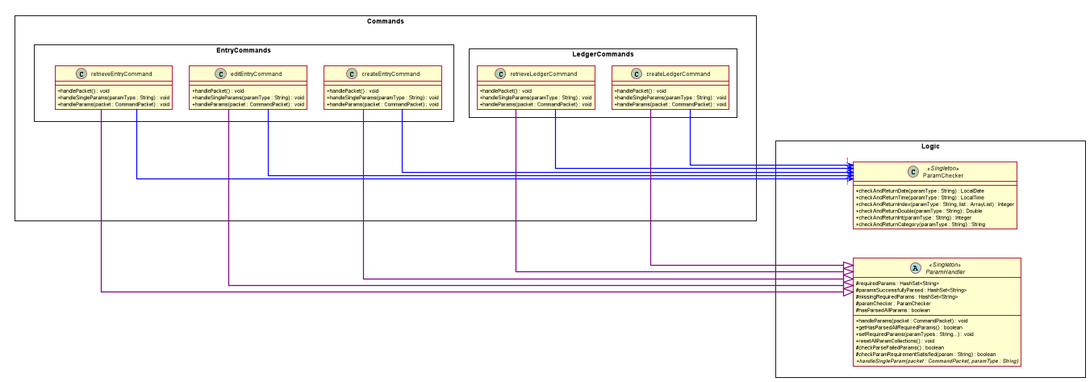
The PlantUML diagram docs/uml_images/manualTracker/images/Commands_Logic.png in nus-cs2113-AY2021S1/tp, before a commit.
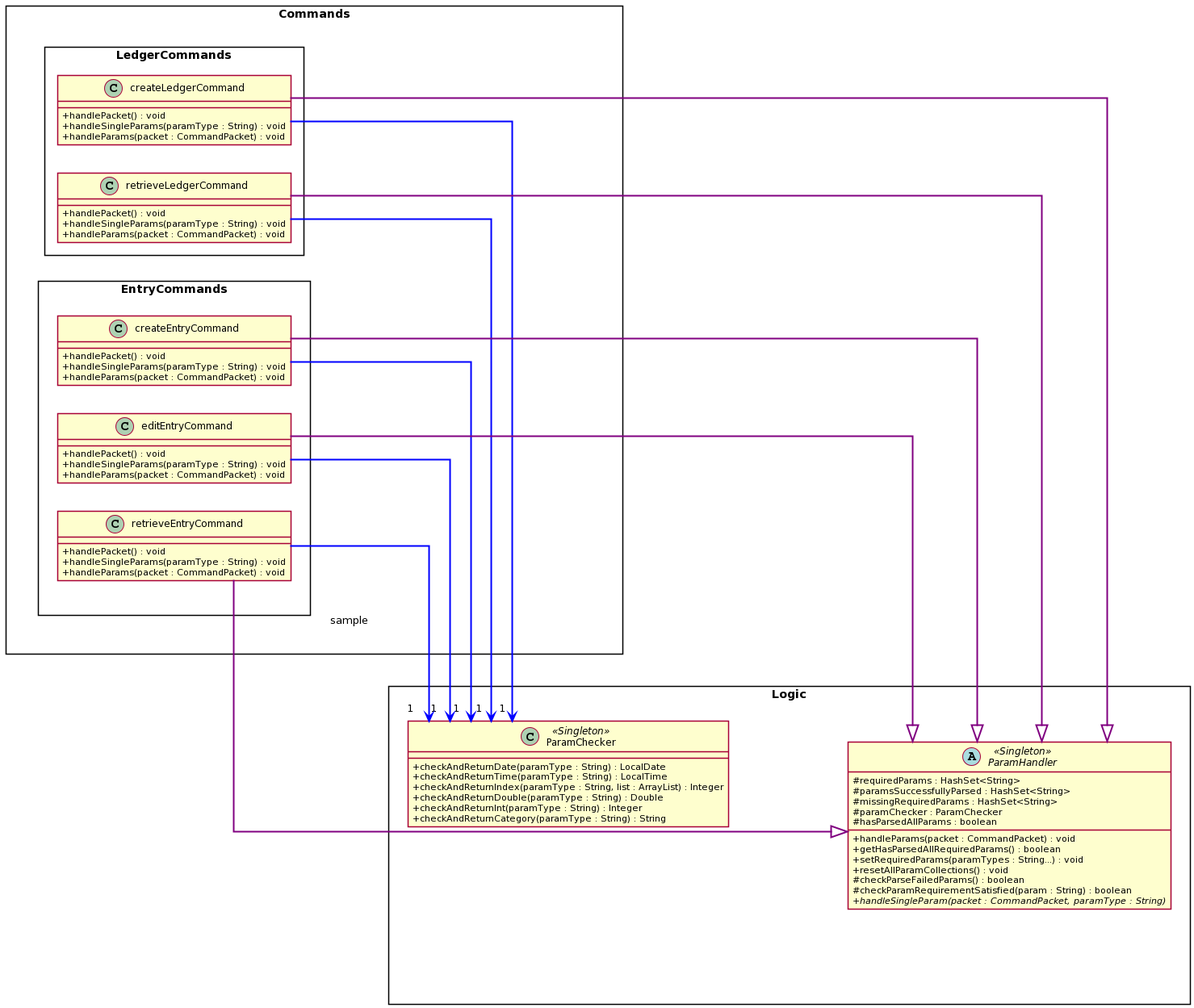
Above is the later version.

Commit message:
Fixed Command Logic diagram

The edit, as a diff of the source:
```diff
@@ -1,4 +1,5 @@
 @startuml
+left to right direction
 skinparam classAttributeIconSize 0
 skinparam BoxPadding 20
 skinparam shadowing false
@@ -45,8 +46,10 @@
         + checkAndReturnCategory(paramType : String) : String
     }
 
-    ParamChecker -[hidden] p1
 
+    p1 -[hidden] p2
+    p2 -[hidden] p3
+    p2 -[hidden] ParamChecker
     p3 -[hidden] ParamHandler
 }
 
@@ -89,17 +92,16 @@
     ParamChecker -[hidden]- ParamHandler
 }
 
-ParamChecker "1" <-[norank]- createLedgerCommand #line:blue;line.bold;text:red
-ParamChecker "1" <-[norank]- retrieveLedgerCommand #line:blue;line.bold;text:red
-ParamChecker "1" <-[norank]- createEntryCommand #line:blue;line.bold;text:red
-ParamChecker "1" <-[norank]- editEntryCommand #line:blue;line.bold;text:red
-ParamChecker "1" <-[norank]- retrieveEntryCommand #line:blue;line.bold;text:red
+Commands -[hidden]down- Logic
+
+ParamChecker "1" <-[norank]- createLedgerCommand #line:blue;line.bold;text:black :sample
+ParamChecker "1" <-[norank]- retrieveLedgerCommand #line:blue;line.bold;text:black
+ParamChecker "1" <-[norank]- createEntryCommand #line:blue;line.bold;text:black
+ParamChecker "1" <-[norank]- editEntryCommand #line:blue;line.bold;text:black
+ParamChecker "1" <-[norank]- retrieveEntryCommand #line:blue;line.bold;text:black
 ParamHandler <|-[norank]- createLedgerCommand #line:purple;line.bold;text:red
 ParamHandler <|-[norank]- retrieveLedgerCommand #line:purple;line.bold;text:red
 ParamHandler <|-[norank]- createEntryCommand #line:purple;line.bold;text:red
 ParamHandler <|-[norank]- retrieveEntryCommand #line:purple;line.bold;text:red
 ParamHandler <|-[norank]- editEntryCommand #line:purple;line.bold;text:red
-
-Commands -[hidden]down- Logic
-
 @enduml
```
